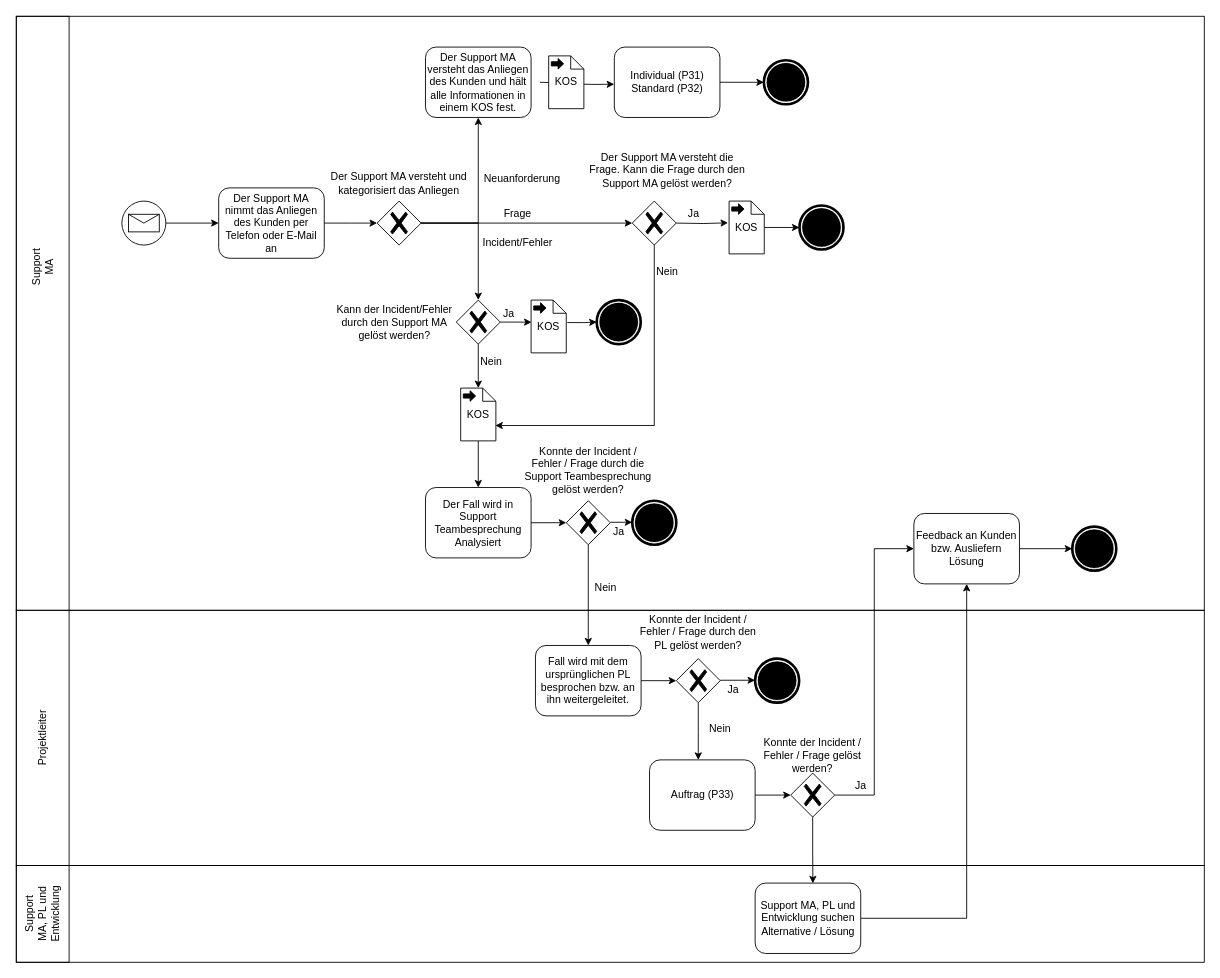
Above: Diagramme/bpmn_ist.drawio in Mario-Soller/M254 (draw.io), before the change. Source tidied: cells renumbered, new cells numbered last; positions are measured from the earlier drawing's top-left corner, leaving out a move shared by most shapes. Both pictures are drawn from the tidied source at 88%, with x=0, y=0 at pixel (16, 16).
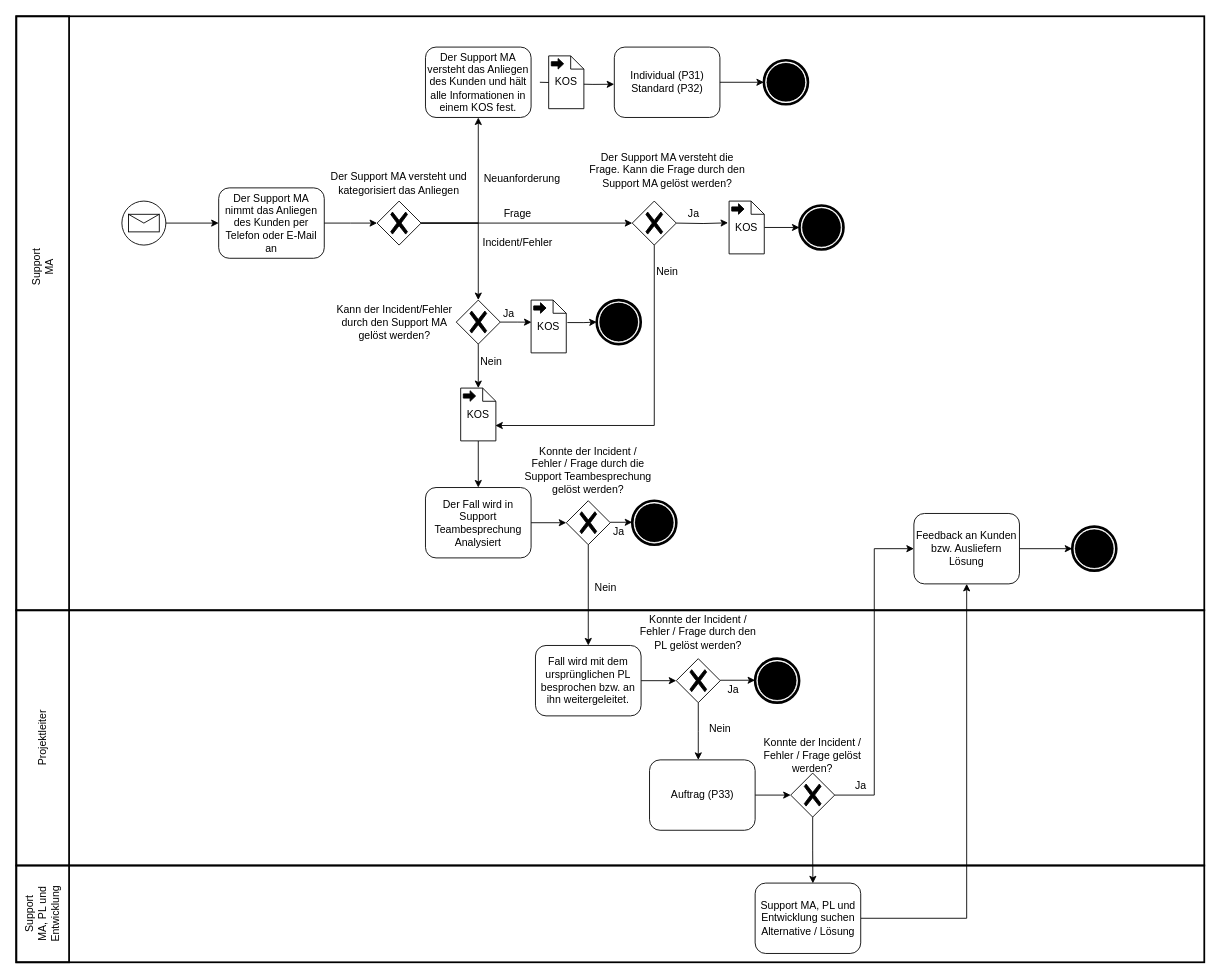
After the change.

What changed in the source:
```diff
@@
-    <mxCell id="77" style="rounded=0;whiteSpace=wrap;html=1;fillColor=none;" parent="1" vertex="1">
+    <mxCell id="77" style="rounded=0;whiteSpace=wrap;html=1;fillColor=none;strokeWidth=2;" parent="1" vertex="1">
       <mxGeometry width="1350" height="675" as="geometry" />
     </mxCell>
-    <mxCell id="78" style="rounded=0;whiteSpace=wrap;html=1;fillColor=none;" parent="1" vertex="1">
+    <mxCell id="78" style="rounded=0;whiteSpace=wrap;html=1;fillColor=none;strokeWidth=2;" parent="1" vertex="1">
       <mxGeometry y="675" width="1350" height="290" as="geometry" />
     </mxCell>
-    <mxCell id="79" style="rounded=0;whiteSpace=wrap;html=1;fillColor=none;" parent="1" vertex="1">
+    <mxCell id="79" style="rounded=0;whiteSpace=wrap;html=1;fillColor=none;strokeWidth=2;" parent="1" vertex="1">
       <mxGeometry width="60" height="1075" as="geometry" />
     </mxCell>
@@
-    <mxCell id="81" style="rounded=0;whiteSpace=wrap;html=1;fillColor=none;" parent="1" vertex="1">
+    <mxCell id="81" style="rounded=0;whiteSpace=wrap;html=1;fillColor=none;strokeWidth=2;" parent="1" vertex="1">
       <mxGeometry y="965" width="1350" height="110" as="geometry" />
     </mxCell>
```
